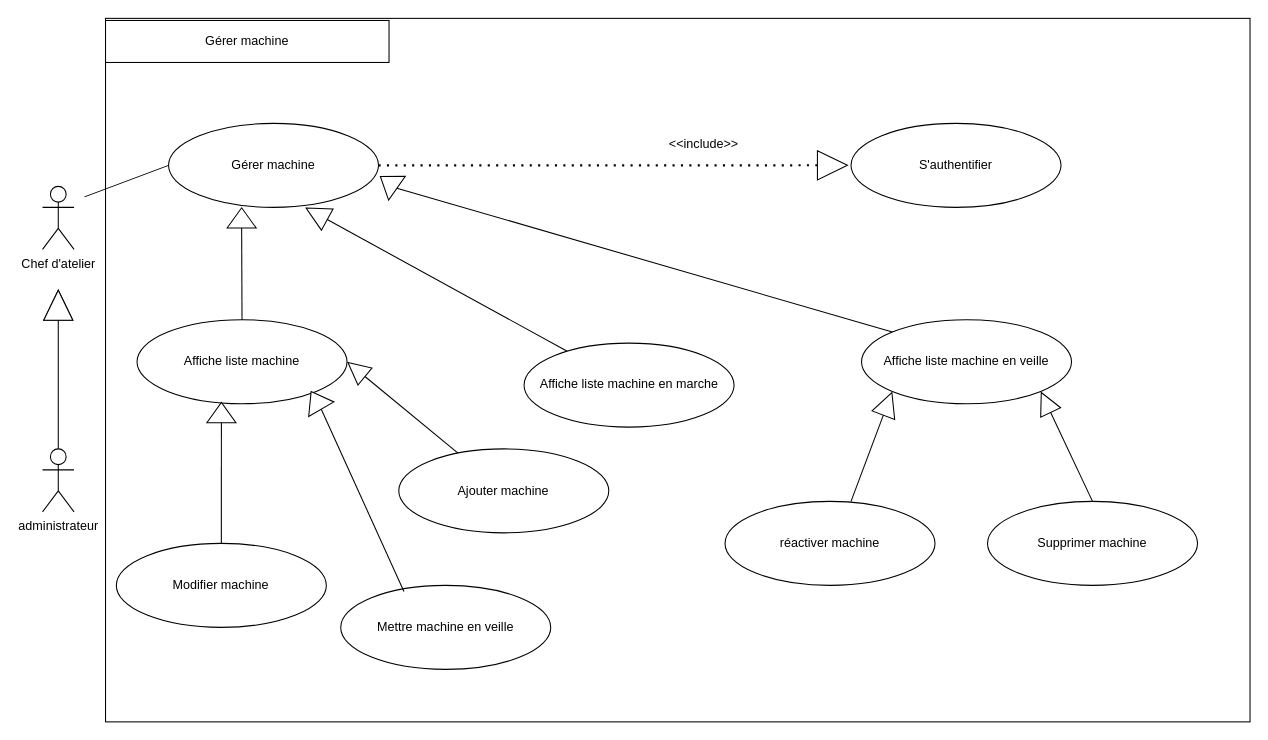
The draw.io diagram GererMachine.drawio in AbdelazizBs/GPAO-SpringApp, before the edit. Source tidied: cells renumbered, new cells numbered last; positions are measured from the earlier drawing's top-left corner, leaving out a move shared by most shapes. Both pictures are drawn from the tidied source at 105%, with x=0, y=0 at pixel (42, 18).
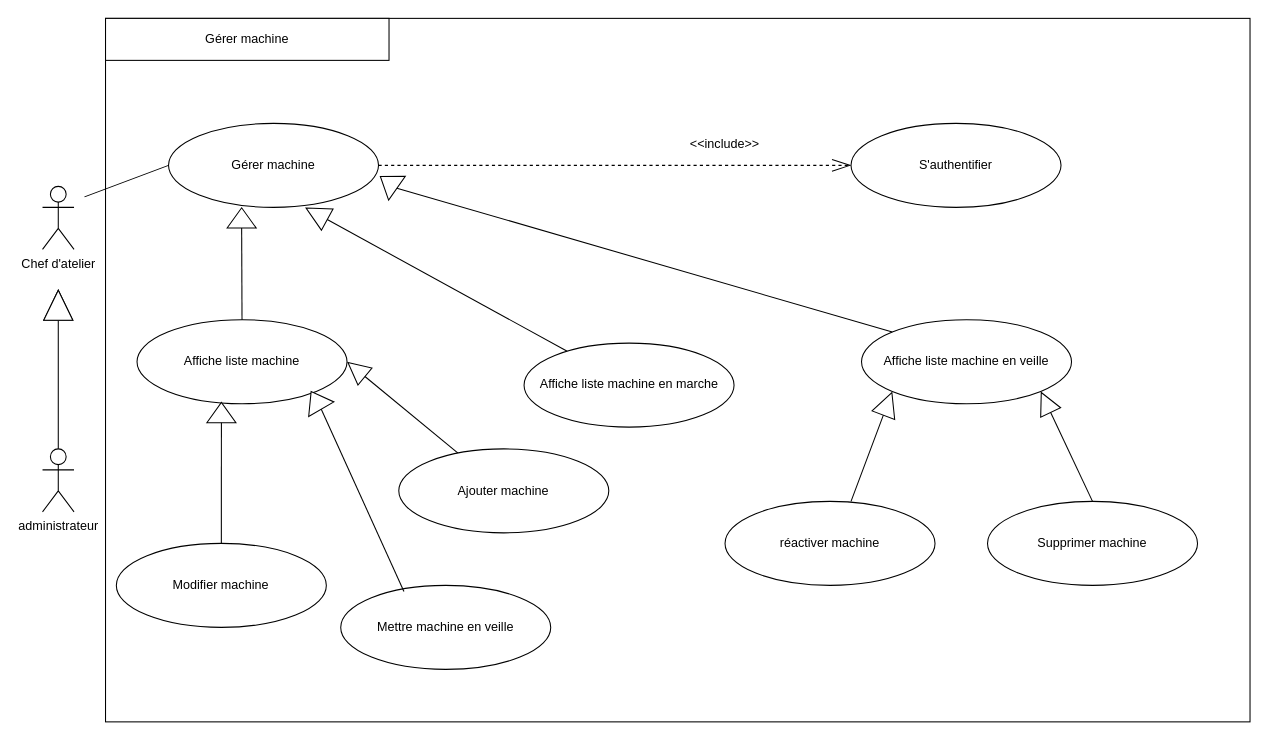
The same diagram, later.

Commit message:
Mettre à jour GererMachine.drawio

The change refers to these unchanged cells:
```xml
<mxCell id="5" value="Gérer machine" style="ellipse;whiteSpace=wrap;html=1;" parent="1" vertex="1">
  <mxGeometry x="120" y="100" width="200" height="80" as="geometry" />
</mxCell>
<mxCell id="7" value="S'authentifier" style="ellipse;whiteSpace=wrap;html=1;" parent="1" vertex="1">
  <mxGeometry x="770" y="100" width="200" height="80" as="geometry" />
</mxCell>
```

What changed in the source:
```diff
@@
+    <mxCell id="35" style="edgeStyle=orthogonalEdgeStyle;rounded=0;jettySize=auto;html=1;endArrow=openThin;endFill=0;endSize=16;dashed=1;" parent="1" edge="1" source="5" target="7">
+      <mxGeometry relative="1" as="geometry" />
+    </mxCell>
@@
-    <mxCell id="19" style="endArrow=none;dashed=1;html=1;dashPattern=1 3;strokeWidth=2;rounded=0;exitX=1;exitY=0.5;exitDx=0;exitDy=0;entryX=0;entryY=0.5;entryDx=0;entryDy=0;" parent="1" edge="1" source="5" target="20">
-      <mxGeometry relative="1" as="geometry" />
-    </mxCell>
-    <mxCell id="20" style="triangle;whiteSpace=wrap;html=1;rotation=0;" parent="1" vertex="1">
-      <mxGeometry x="738" y="126.1" width="28.6" height="27.7" as="geometry" />
-    </mxCell>
     <mxCell id="21" value="&amp;lt;&amp;lt;include&amp;gt;&amp;gt;" style="text;html=1;strokeColor=none;fillColor=none;align=center;verticalAlign=middle;whiteSpace=wrap;rounded=0;" parent="1" vertex="1">
-      <mxGeometry x="610" y="110" width="40" height="20" as="geometry" />
+      <mxGeometry x="630" y="110" width="40" height="20" as="geometry" />
     </mxCell>
@@
     <mxCell id="26" value="Gérer machine" style="rounded=0;whiteSpace=wrap;html=1;" parent="1" vertex="1">
-      <mxGeometry x="60" y="2" width="270" height="40" as="geometry" />
+      <mxGeometry x="60" width="270" height="40" as="geometry" />
     </mxCell>
```
